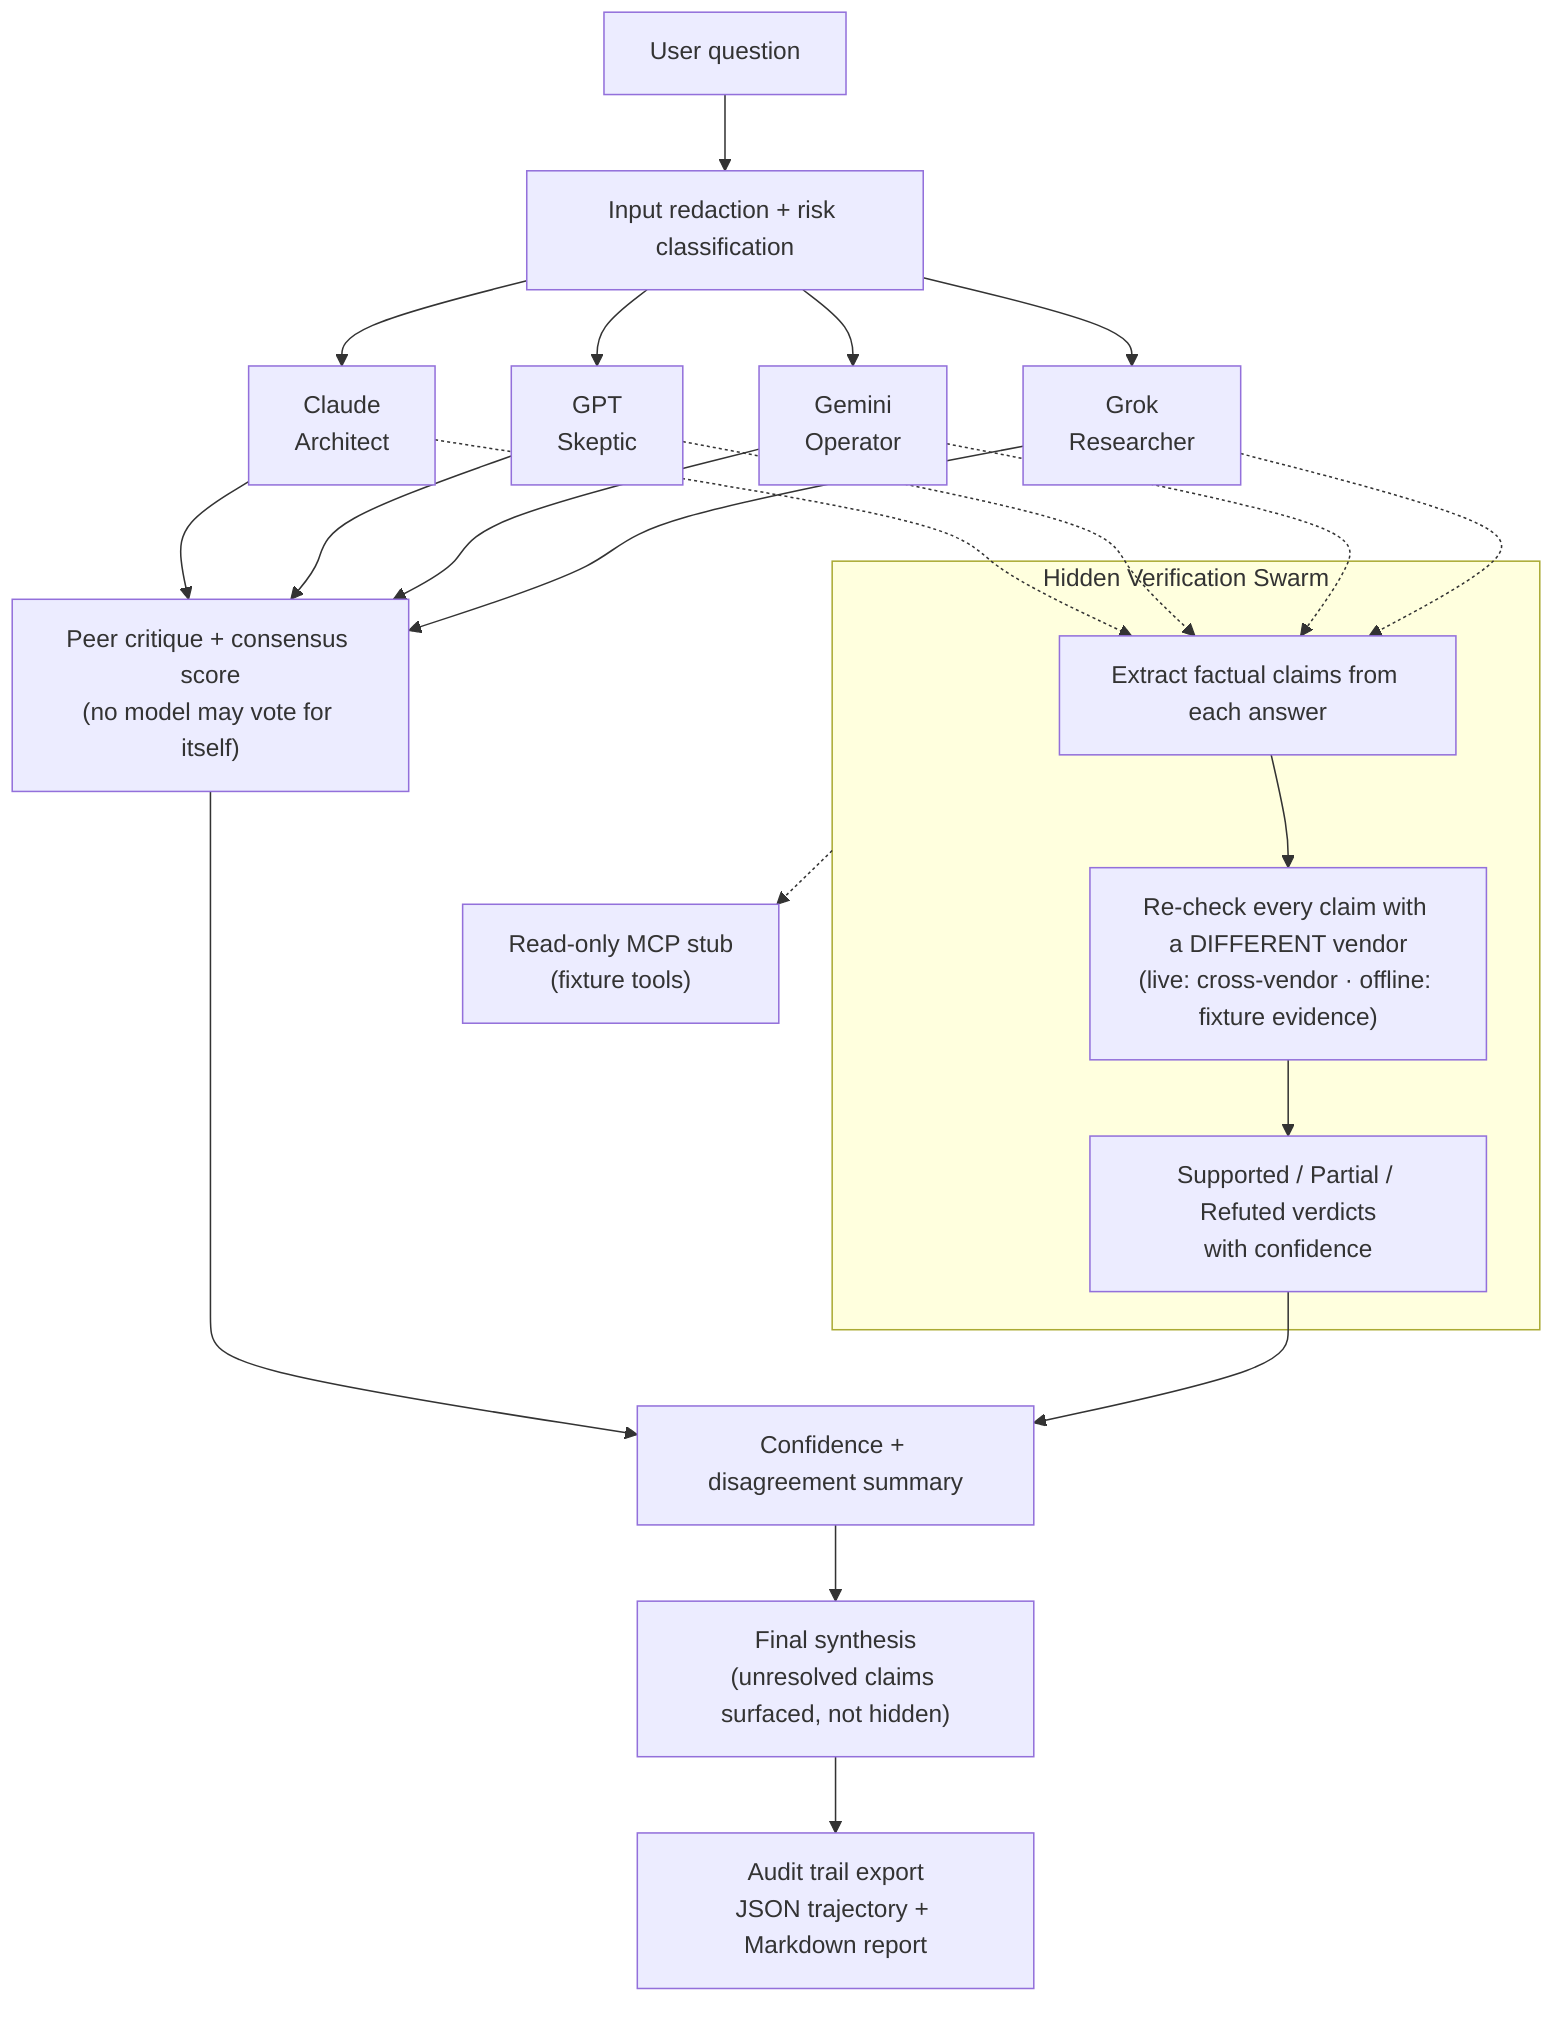
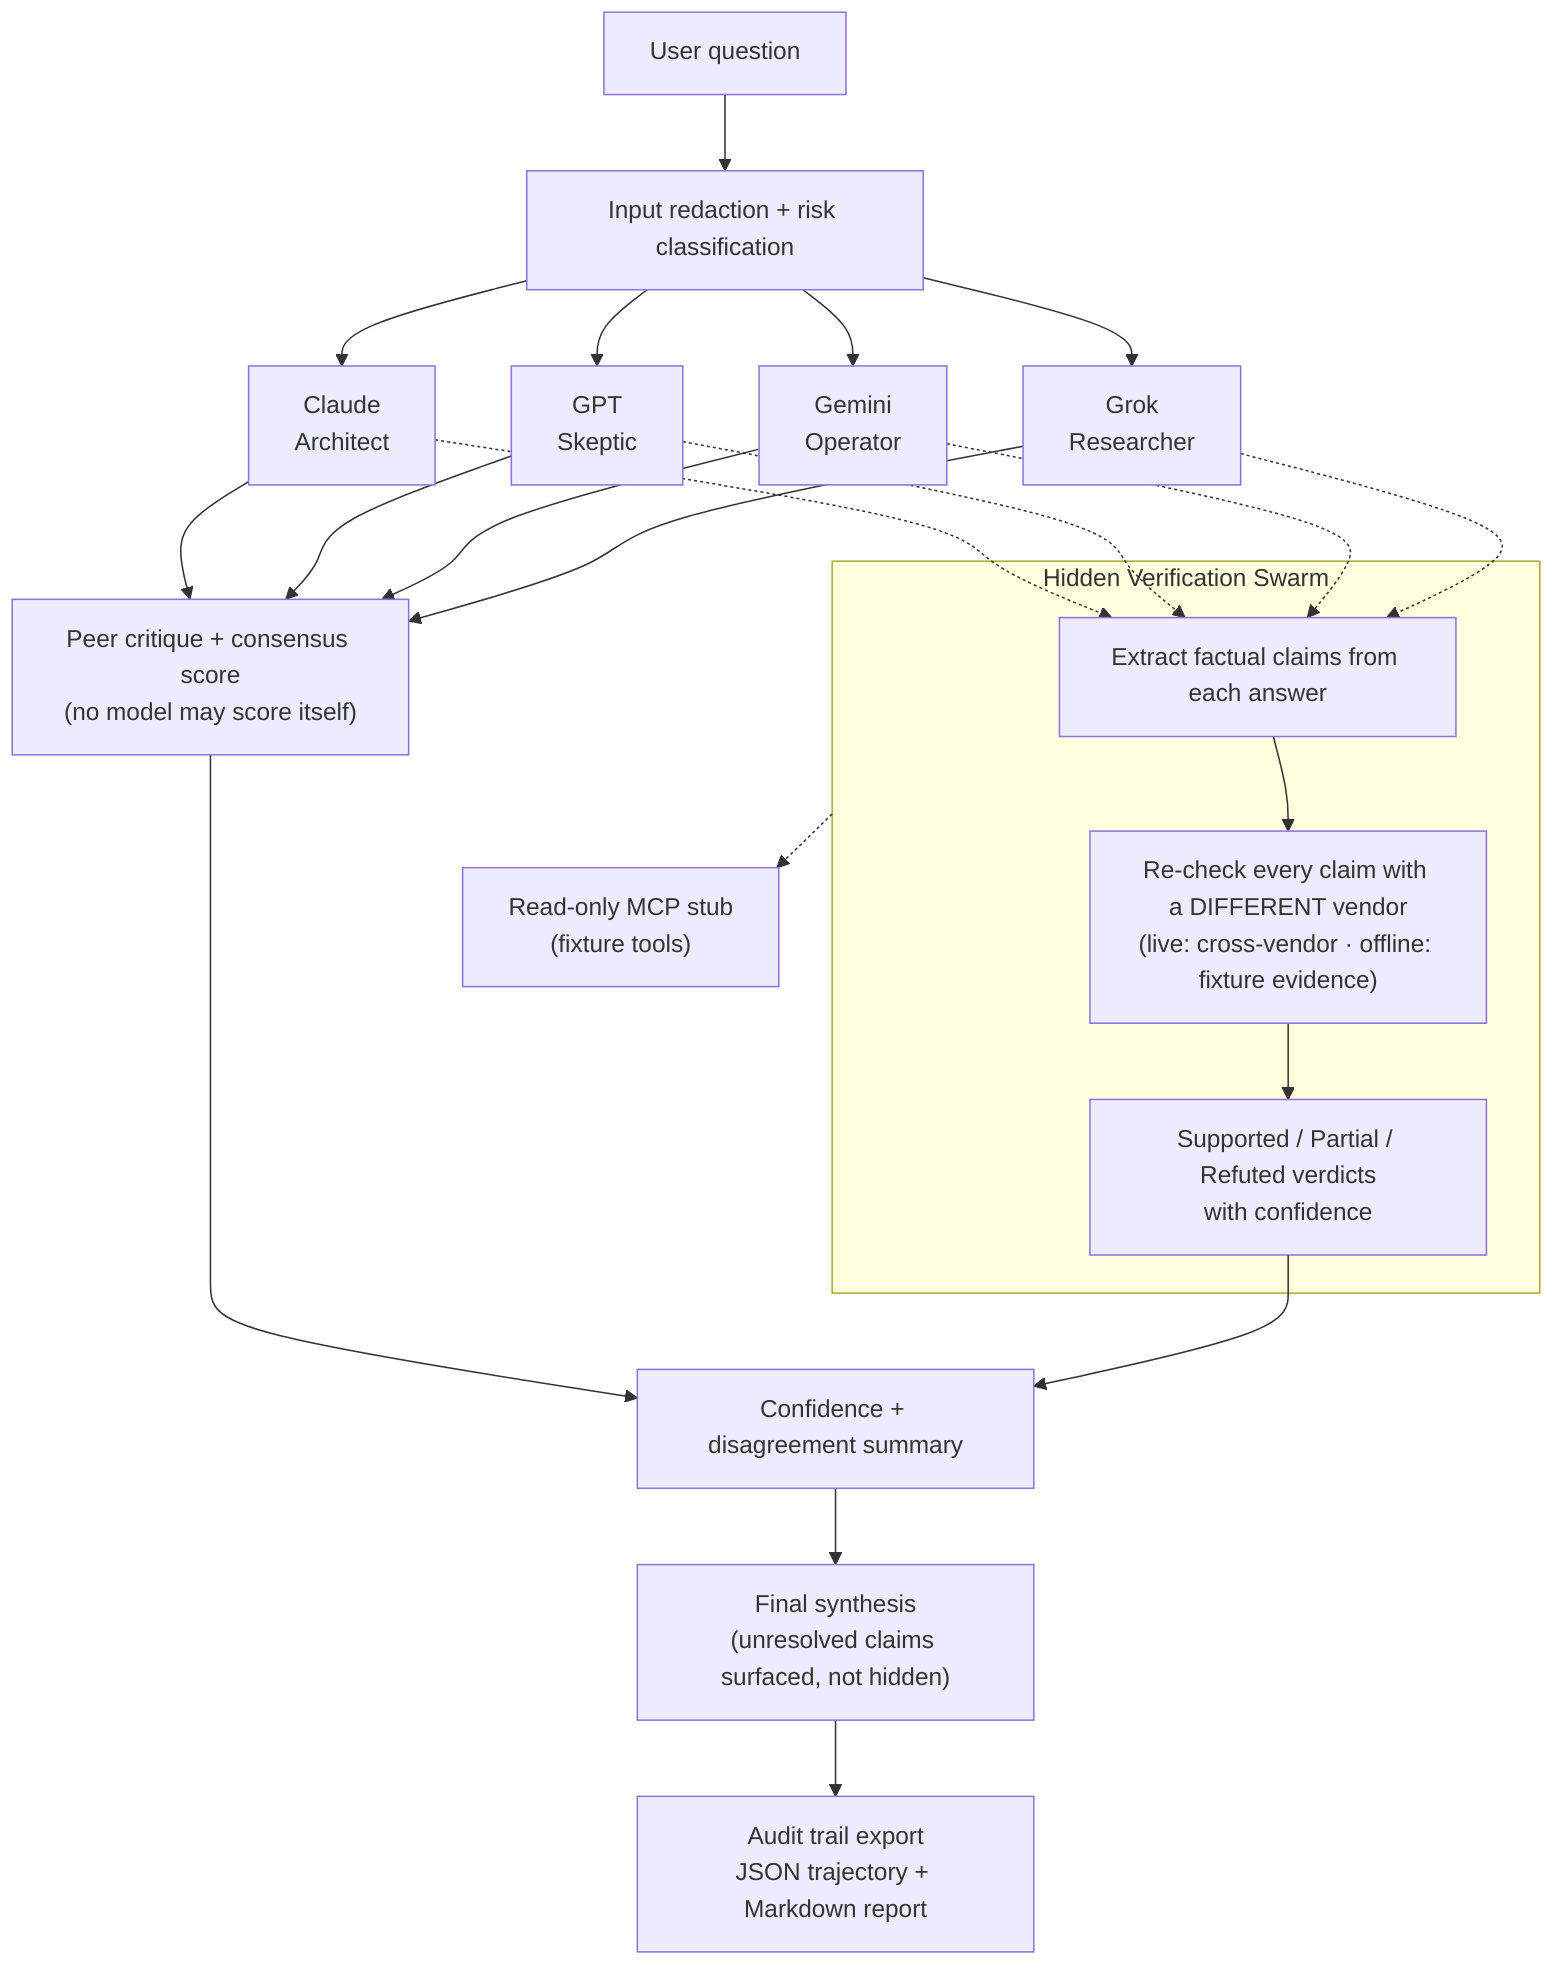
flowchart TD
    A["User question"] --> B["Input redaction + risk classification"]
    B --> C["Claude<br/>Architect"]
    B --> D["GPT<br/>Skeptic"]
    B --> E["Gemini<br/>Operator"]
    B --> F["Grok<br/>Researcher"]
-     C --> G["Peer critique + consensus score<br/>(no model may vote for itself)"]
+     C --> G["Peer critique + consensus score<br/>(no model may score itself)"]
    D --> G
    E --> G
    F --> G
    C -.-> H
    D -.-> H
    E -.-> H
    F -.-> H
    G --> K
    subgraph S["Hidden Verification Swarm"]
        H["Extract factual claims from each answer"]
        H --> J["Re-check every claim with a DIFFERENT vendor<br/>(live: cross-vendor · offline: fixture evidence)"]
        J --> V["Supported / Partial / Refuted verdicts<br/>with confidence"]
    end
    V --> K["Confidence + disagreement summary"]
    K --> L["Final synthesis<br/>(unresolved claims surfaced, not hidden)"]
    L --> M["Audit trail export<br/>JSON trajectory + Markdown report"]
    S -.-> N["Read-only MCP stub<br/>(fixture tools)"]
